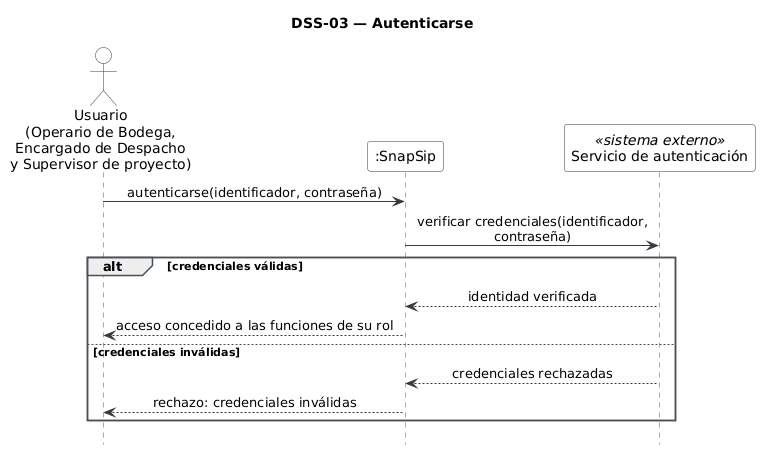
The PlantUML diagram diagramas/dss-03.png in Foyzen-Kaze/snapsip, before a commit.
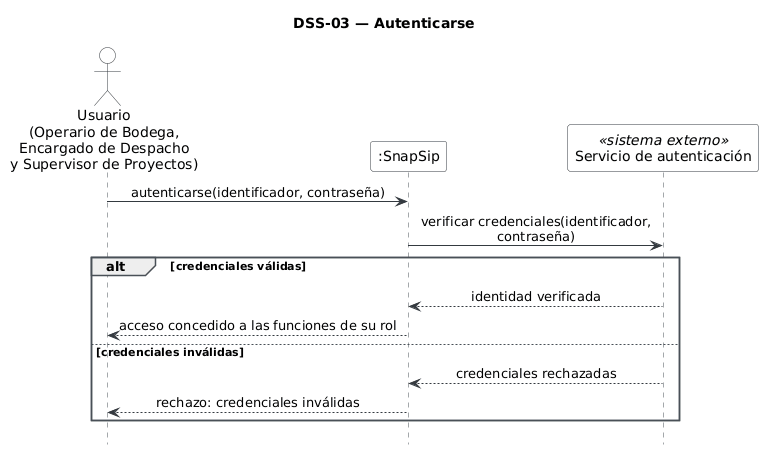
The same file after the commit.

What changed in the source:
```diff
@@ -14,7 +14,7 @@
   GroupBorderColor #495057
 }
 
-actor "Usuario\n(Operario de Bodega,\nEncargado de Despacho\ny Supervisor de proyecto)" as U
+actor "Usuario\n(Operario de Bodega,\nEncargado de Despacho\ny Supervisor de Proyectos)" as U
 participant ":SnapSip" as SS
 participant "Servicio de autenticación" as AUT <<sistema externo>>
 
```
